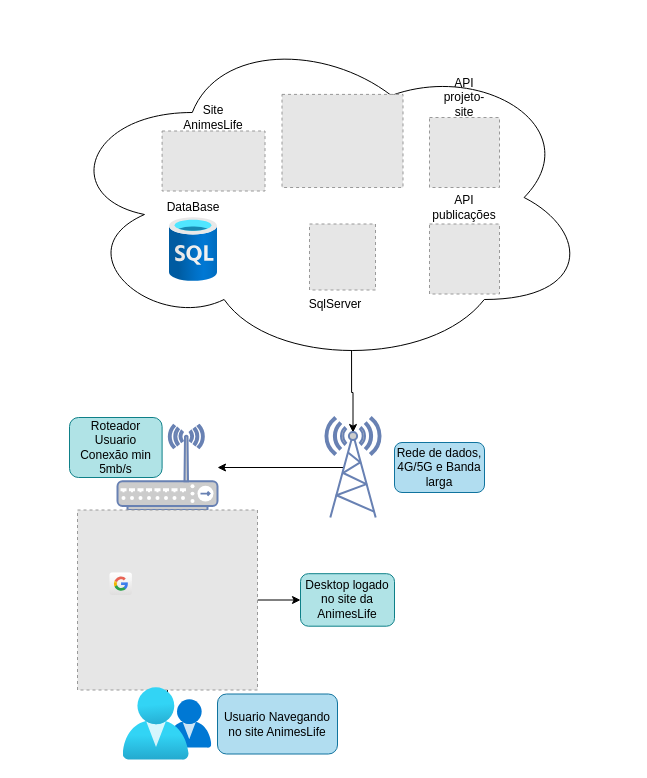
Above: page "LLD-ANIMESLIFE" (1 of 2) of api-projeto-site/T.I/hld.drawio in Ricardobrito1/Site-anime-history (draw.io), before the change. Source tidied: cells renumbered, new cells numbered last; positions are measured from the earlier drawing's top-left corner, leaving out a move shared by most shapes. Both pictures are drawn from the tidied source at 100%, with x=0, y=0 at pixel (59, 27). Pictures stored in the file or linked from it are replaced by grey dashed boxes.
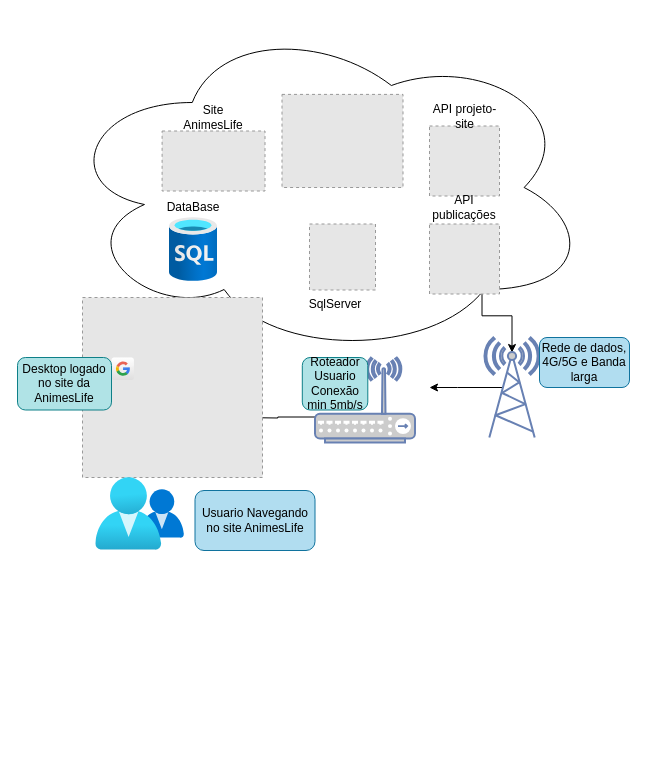
After the change.

Unchanged cells that the change refers to:
```xml
<mxCell id="7" style="fillColor=#E6E6E6;strokeColor=#999999;dashed=1;verticalLabelPosition=bottom;labelBackgroundColor=#ffffff;verticalAlign=top;" parent="1" vertex="1">
  <mxGeometry x="370" y="196.5" width="70" height="70" as="geometry" />
</mxCell>
```

What changed in the source:
```diff
@@
-    <mxCell id="2" style="edgeStyle=orthogonalEdgeStyle;rounded=0;jettySize=auto;html=1;exitX=0.55;exitY=0.95;exitDx=0;exitDy=0;exitPerimeter=0;entryX=0.5;entryY=0.15;entryDx=0;entryDy=0;entryPerimeter=0;" parent="1" edge="1" source="3" target="16">
-      <mxGeometry relative="1" as="geometry" />
-    </mxCell>
     <mxCell id="3" style="ellipse;shape=cloud;whiteSpace=wrap;html=1;fillColor=none;" parent="1" vertex="1">
-      <mxGeometry width="531" height="340" as="geometry" />
+      <mxGeometry y="-10" width="531" height="340" as="geometry" />
     </mxCell>
@@
     <mxCell id="5" style="fillColor=#E6E6E6;strokeColor=#999999;dashed=1;verticalLabelPosition=bottom;labelBackgroundColor=#ffffff;verticalAlign=top;" parent="1" vertex="1">
-      <mxGeometry x="370" y="90" width="70" height="70" as="geometry" />
+      <mxGeometry x="370" y="98.5" width="70" height="70" as="geometry" />
     </mxCell>
     <mxCell id="6" value="API projeto-site" style="text;html=1;strokeColor=none;fillColor=none;align=center;verticalAlign=middle;whiteSpace=wrap;rounded=0;" parent="1" vertex="1">
-      <mxGeometry x="385" y="60" width="40" height="20" as="geometry" />
+      <mxGeometry x="367.5" y="78.5" width="75" height="20" as="geometry" />
     </mxCell>
+    <mxCell id="29" style="edgeStyle=orthogonalEdgeStyle;rounded=0;jettySize=auto;html=1;exitX=0.75;exitY=1;exitDx=0;exitDy=0;entryX=0.5;entryY=0.15;entryDx=0;entryDy=0;entryPerimeter=0;" parent="1" edge="1" source="7" target="16">
+      <mxGeometry relative="1" as="geometry" />
+    </mxCell>
@@
-    <mxCell id="15" style="edgeStyle=orthogonalEdgeStyle;rounded=0;jettySize=auto;html=1;exitX=0.33;exitY=0.5;exitDx=0;exitDy=0;exitPerimeter=0;" parent="1" edge="1" source="16" target="19">
-      <mxGeometry relative="1" as="geometry" />
-    </mxCell>
+    <mxCell id="30" style="edgeStyle=orthogonalEdgeStyle;rounded=0;jettySize=auto;html=1;exitX=0.33;exitY=0.5;exitDx=0;exitDy=0;exitPerimeter=0;" parent="1" edge="1" source="16">
+      <mxGeometry relative="1" as="geometry">
+        <mxPoint x="370" y="360" as="targetPoint" />
+      </mxGeometry>
+    </mxCell>
     <mxCell id="16" style="fontColor=#0066CC;verticalAlign=top;verticalLabelPosition=bottom;labelPosition=center;align=center;html=1;outlineConnect=0;fillColor=#CCCCCC;strokeColor=#6881B3;gradientColor=none;gradientDirection=north;strokeWidth=2;shape=mxgraph.networks.radio_tower;" parent="1" vertex="1">
-      <mxGeometry x="266" y="390" width="55" height="100" as="geometry" />
+      <mxGeometry x="425" y="310" width="55" height="100" as="geometry" />
     </mxCell>
     <mxCell id="17" value="Rede de dados,&lt;br&gt;4G/5G e Banda larga" style="rounded=1;whiteSpace=wrap;html=1;fillColor=#b1ddf0;strokeColor=#10739e;" parent="1" vertex="1">
-      <mxGeometry x="335" y="415" width="90" height="50" as="geometry" />
+      <mxGeometry x="480" y="310" width="90" height="50" as="geometry" />
     </mxCell>
-    <mxCell id="18" style="edgeStyle=orthogonalEdgeStyle;rounded=0;jettySize=auto;html=1;exitX=0.5;exitY=1;exitDx=0;exitDy=0;exitPerimeter=0;" parent="1" edge="1" source="19" target="21">
-      <mxGeometry relative="1" as="geometry" />
-    </mxCell>
+    <mxCell id="31" style="edgeStyle=orthogonalEdgeStyle;rounded=0;jettySize=auto;html=1;exitX=0;exitY=0.7;exitDx=0;exitDy=0;exitPerimeter=0;" parent="1" edge="1" source="19">
+      <mxGeometry relative="1" as="geometry">
+        <mxPoint x="180" y="390" as="targetPoint" />
+      </mxGeometry>
+    </mxCell>
     <mxCell id="19" style="fontColor=#0066CC;verticalAlign=top;verticalLabelPosition=bottom;labelPosition=center;align=center;html=1;outlineConnect=0;fillColor=#CCCCCC;strokeColor=#6881B3;gradientColor=none;gradientDirection=north;strokeWidth=2;shape=mxgraph.networks.wireless_hub;" parent="1" vertex="1">
-      <mxGeometry x="58" y="397.5" width="100" height="85" as="geometry" />
+      <mxGeometry x="255.5" y="330" width="100" height="85" as="geometry" />
     </mxCell>
     <mxCell id="20" value="Roteador Usuario&lt;br&gt;Conexão min 5mb/s" style="rounded=1;whiteSpace=wrap;html=1;fillColor=#b0e3e6;strokeColor=#0e8088;" parent="1" vertex="1">
-      <mxGeometry x="10" y="390" width="92.6" height="60" as="geometry" />
+      <mxGeometry x="242.8" y="330" width="65.5" height="52.5" as="geometry" />
     </mxCell>
+    <mxCell id="32" style="edgeStyle=orthogonalEdgeStyle;rounded=0;jettySize=auto;html=1;exitX=0.5;exitY=1;exitDx=0;exitDy=0;exitPerimeter=0;entryX=0.876;entryY=-0.014;entryDx=0;entryDy=0;entryPerimeter=0;" parent="1" edge="1" source="21" target="26">
+      <mxGeometry relative="1" as="geometry" />
+    </mxCell>
     <mxCell id="21" style="fontColor=#0066CC;verticalAlign=top;verticalLabelPosition=bottom;labelPosition=center;align=center;html=1;outlineConnect=0;fillColor=#CCCCCC;strokeColor=#6881B3;gradientColor=none;gradientDirection=north;strokeWidth=2;shape=mxgraph.networks.monitor;" parent="1" vertex="1">
-      <mxGeometry x="47" y="540" width="122" height="90" as="geometry" />
+      <mxGeometry x="52" y="330" width="122" height="90" as="geometry" />
     </mxCell>
-    <mxCell id="22" style="edgeStyle=orthogonalEdgeStyle;rounded=0;jettySize=auto;html=1;exitX=0.5;exitY=1;exitDx=0;exitDy=0;" parent="1" edge="1" source="24" target="26">
-      <mxGeometry relative="1" as="geometry" />
-    </mxCell>
-    <mxCell id="23" style="edgeStyle=orthogonalEdgeStyle;rounded=0;jettySize=auto;html=1;exitX=1;exitY=0.5;exitDx=0;exitDy=0;" parent="1" edge="1" source="24" target="28">
-      <mxGeometry relative="1" as="geometry" />
-    </mxCell>
     <mxCell id="24" style="fillColor=#E6E6E6;strokeColor=#999999;dashed=1;verticalLabelPosition=bottom;labelBackgroundColor=#ffffff;verticalAlign=top;" parent="1" vertex="1">
-      <mxGeometry x="18" y="482.5" width="180" height="180" as="geometry" />
+      <mxGeometry x="23" y="270" width="180" height="180" as="geometry" />
     </mxCell>
     <mxCell id="25" style="dashed=0;html=1;align=center;labelPosition=center;verticalLabelPosition=bottom;verticalAlign=top;shape=mxgraph.webicons.google;gradientColor=#DFDEDE;" parent="1" vertex="1">
-      <mxGeometry x="50" y="545" width="22.4" height="22.4" as="geometry" />
+      <mxGeometry x="52" y="330" width="22.4" height="22.4" as="geometry" />
     </mxCell>
     <mxCell id="26" style="html=1;points=[];align=center;image;fontSize=12;image=img/lib/azure2/identity/Groups.svg;gradientColor=none;" parent="1" vertex="1">
-      <mxGeometry x="63.7" y="660" width="88.6" height="73" as="geometry" />
+      <mxGeometry x="36.3" y="450" width="88.6" height="73" as="geometry" />
     </mxCell>
     <mxCell id="27" value="Usuario Navegando no site AnimesLife" style="rounded=1;whiteSpace=wrap;html=1;fillColor=#b1ddf0;strokeColor=#10739e;" parent="1" vertex="1">
-      <mxGeometry x="158" y="666.5" width="120" height="60" as="geometry" />
+      <mxGeometry x="135.5" y="463" width="120" height="60" as="geometry" />
     </mxCell>
     <mxCell id="28" value="Desktop logado no site da AnimesLife" style="rounded=1;whiteSpace=wrap;html=1;fillColor=#b0e3e6;strokeColor=#0e8088;" parent="1" vertex="1">
-      <mxGeometry x="241" y="546.2" width="94" height="52.5" as="geometry" />
+      <mxGeometry x="-42" y="330" width="94" height="52.5" as="geometry" />
     </mxCell>
```
